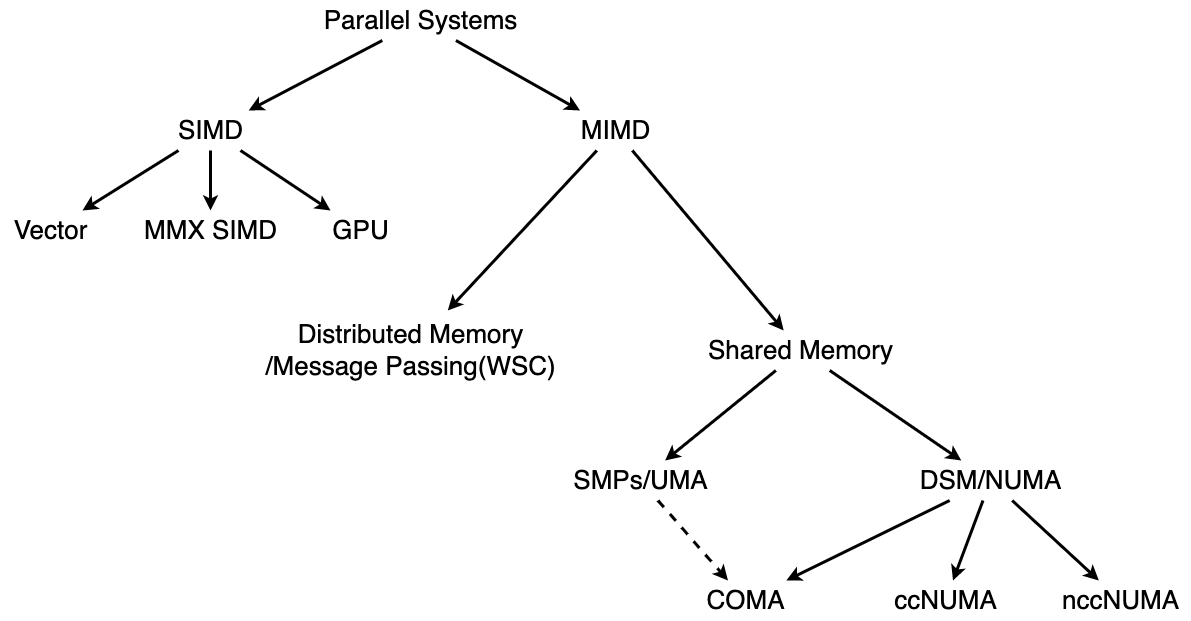
Above: CS/计算机体系结构/计算机体系结构/并行CPU结构分类.drawio.png in superwjfeng/MarkdownWriting (draw.io), before the change. Source tidied: cells renumbered, new cells last; positions are measured from the earlier drawing's top-left corner, leaving out a move shared by most shapes. Its diagram source:
```xml
<mxGraphModel background="#ffffff">
  <root>
    <mxCell id="0" />
    <mxCell id="1" parent="0" />
    <mxCell id="2" style="rounded=0;jettySize=auto;html=1;strokeWidth=3;" parent="1" edge="1" source="4" target="8">
      <mxGeometry relative="1" as="geometry" />
    </mxCell>
    <mxCell id="3" style="rounded=0;jettySize=auto;html=1;strokeWidth=3;" parent="1" edge="1" source="4" target="14">
      <mxGeometry relative="1" as="geometry" />
    </mxCell>
    <mxCell id="4" value="&lt;font style=&quot;font-size: 26px;&quot;&gt;Parallel Systems&lt;/font&gt;" style="text;html=1;align=center;verticalAlign=middle;points=[];strokeColor=none;fillColor=none;" parent="1" vertex="1">
      <mxGeometry x="310" width="220" height="40" as="geometry" />
    </mxCell>
    <mxCell id="5" style="rounded=0;jettySize=auto;html=1;strokeWidth=3;" parent="1" edge="1" source="8" target="9">
      <mxGeometry relative="1" as="geometry" />
    </mxCell>
    <mxCell id="6" style="rounded=0;jettySize=auto;html=1;strokeWidth=3;" parent="1" edge="1" source="8" target="10">
      <mxGeometry relative="1" as="geometry" />
    </mxCell>
    <mxCell id="7" style="rounded=0;jettySize=auto;html=1;strokeWidth=3;" parent="1" edge="1" source="8" target="11">
      <mxGeometry relative="1" as="geometry" />
    </mxCell>
    <mxCell id="8" value="&lt;font style=&quot;font-size: 26px;&quot;&gt;SIMD&lt;/font&gt;" style="text;html=1;align=center;verticalAlign=middle;points=[];strokeColor=none;fillColor=none;" parent="1" vertex="1">
      <mxGeometry x="165" y="110" width="90" height="40" as="geometry" />
    </mxCell>
    <mxCell id="9" value="&lt;font style=&quot;font-size: 26px;&quot;&gt;Vector&lt;/font&gt;" style="text;html=1;align=center;verticalAlign=middle;points=[];strokeColor=none;fillColor=none;" parent="1" vertex="1">
      <mxGeometry y="210" width="100" height="40" as="geometry" />
    </mxCell>
    <mxCell id="10" value="&lt;font style=&quot;font-size: 26px;&quot;&gt;MMX SIMD&lt;/font&gt;" style="text;html=1;align=center;verticalAlign=middle;points=[];strokeColor=none;fillColor=none;" parent="1" vertex="1">
      <mxGeometry x="130" y="210" width="160" height="40" as="geometry" />
    </mxCell>
    <mxCell id="11" value="&lt;font style=&quot;font-size: 26px;&quot;&gt;GPU&lt;/font&gt;" style="text;html=1;align=center;verticalAlign=middle;points=[];strokeColor=none;fillColor=none;" parent="1" vertex="1">
      <mxGeometry x="320" y="210" width="80" height="40" as="geometry" />
    </mxCell>
    <mxCell id="12" style="rounded=0;jettySize=auto;html=1;strokeWidth=3;" parent="1" edge="1" source="14" target="15">
      <mxGeometry relative="1" as="geometry" />
    </mxCell>
    <mxCell id="13" style="rounded=0;jettySize=auto;html=1;strokeWidth=3;" parent="1" edge="1" source="14" target="18">
      <mxGeometry relative="1" as="geometry" />
    </mxCell>
    <mxCell id="14" value="&lt;span style=&quot;font-size: 26px;&quot;&gt;MIMD&lt;/span&gt;" style="text;html=1;align=center;verticalAlign=middle;points=[];strokeColor=none;fillColor=none;" parent="1" vertex="1">
      <mxGeometry x="570" y="110" width="90" height="40" as="geometry" />
    </mxCell>
    <mxCell id="15" value="&lt;span style=&quot;font-size: 26px;&quot;&gt;Distributed Memory&lt;br&gt;/Message Passing(WSC)&lt;br&gt;&lt;/span&gt;" style="text;html=1;align=center;verticalAlign=middle;points=[];strokeColor=none;fillColor=none;" parent="1" vertex="1">
      <mxGeometry x="255" y="310" width="310" height="80" as="geometry" />
    </mxCell>
    <mxCell id="16" style="rounded=0;jettySize=auto;html=1;strokeWidth=3;" parent="1" edge="1" source="18" target="20">
      <mxGeometry relative="1" as="geometry" />
    </mxCell>
    <mxCell id="17" style="rounded=0;jettySize=auto;html=1;strokeWidth=3;" parent="1" edge="1" source="18" target="24">
      <mxGeometry relative="1" as="geometry" />
    </mxCell>
    <mxCell id="18" value="&lt;span style=&quot;font-size: 26px;&quot;&gt;Shared Memory&lt;/span&gt;" style="text;html=1;align=center;verticalAlign=middle;points=[];strokeColor=none;fillColor=none;" parent="1" vertex="1">
      <mxGeometry x="695" y="330" width="210" height="40" as="geometry" />
    </mxCell>
    <mxCell id="19" style="rounded=0;jettySize=auto;html=1;strokeWidth=3;dashed=1;" parent="1" edge="1" source="20" target="25">
      <mxGeometry relative="1" as="geometry" />
    </mxCell>
    <mxCell id="20" value="&lt;span style=&quot;font-size: 26px;&quot;&gt;SMPs/UMA&lt;/span&gt;" style="text;html=1;align=center;verticalAlign=middle;points=[];strokeColor=none;fillColor=none;" parent="1" vertex="1">
      <mxGeometry x="560" y="460" width="160" height="40" as="geometry" />
    </mxCell>
    <mxCell id="21" style="rounded=0;jettySize=auto;html=1;strokeWidth=3;" parent="1" edge="1" source="24" target="26">
      <mxGeometry relative="1" as="geometry" />
    </mxCell>
    <mxCell id="22" style="rounded=0;jettySize=auto;html=1;strokeWidth=3;" parent="1" edge="1" source="24" target="27">
      <mxGeometry relative="1" as="geometry" />
    </mxCell>
    <mxCell id="23" style="rounded=0;jettySize=auto;html=1;strokeWidth=3;" parent="1" edge="1" source="24" target="25">
      <mxGeometry relative="1" as="geometry" />
    </mxCell>
    <mxCell id="24" value="&lt;span style=&quot;font-size: 26px;&quot;&gt;DSM/NUMA&lt;/span&gt;" style="text;html=1;align=center;verticalAlign=middle;points=[];strokeColor=none;fillColor=none;" parent="1" vertex="1">
      <mxGeometry x="905" y="460" width="170" height="40" as="geometry" />
    </mxCell>
    <mxCell id="25" value="&lt;span style=&quot;font-size: 26px;&quot;&gt;COMA&lt;/span&gt;" style="text;html=1;align=center;verticalAlign=middle;points=[];strokeColor=none;fillColor=none;" parent="1" vertex="1">
      <mxGeometry x="695" y="580" width="100" height="40" as="geometry" />
    </mxCell>
    <mxCell id="26" value="&lt;span style=&quot;font-size: 26px;&quot;&gt;ccNUMA&lt;/span&gt;" style="text;html=1;align=center;verticalAlign=middle;points=[];strokeColor=none;fillColor=none;" parent="1" vertex="1">
      <mxGeometry x="880" y="580" width="130" height="40" as="geometry" />
    </mxCell>
    <mxCell id="27" value="&lt;span style=&quot;font-size: 26px;&quot;&gt;nccNUMA&lt;/span&gt;" style="text;html=1;align=center;verticalAlign=middle;points=[];strokeColor=none;fillColor=none;" parent="1" vertex="1">
      <mxGeometry x="1050" y="580" width="140" height="40" as="geometry" />
    </mxCell>
  </root>
</mxGraphModel>
```
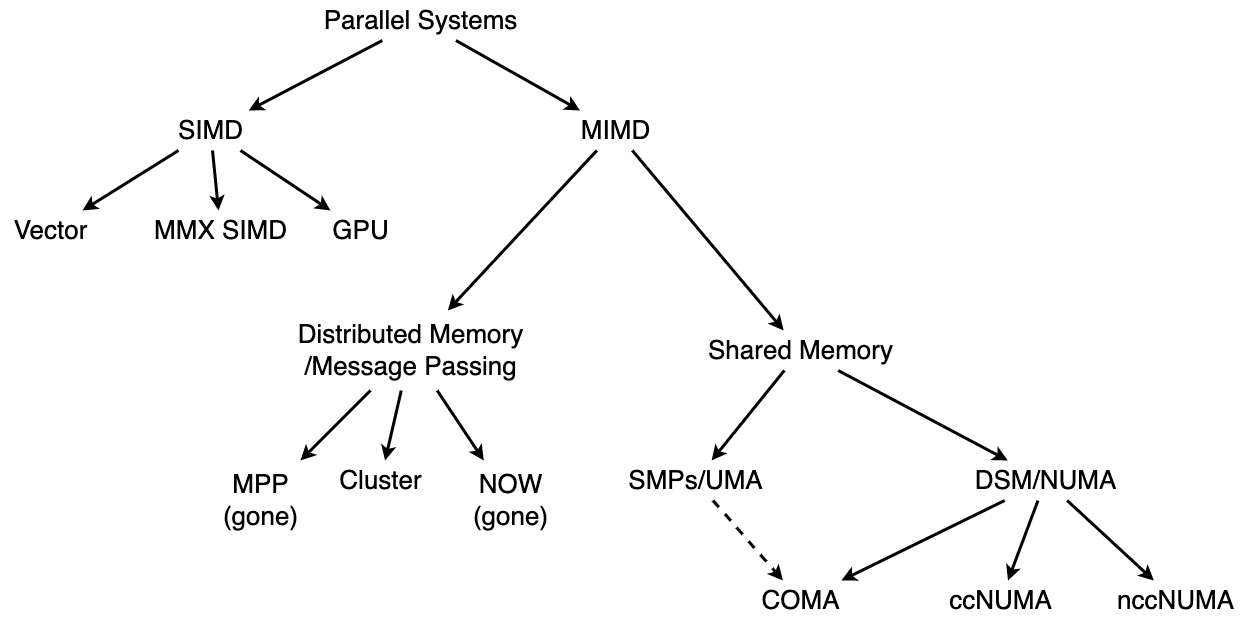
The same file after the commit.

What changed in the source:
```diff
@@ -27,7 +27,7 @@
       <mxGeometry y="210" width="100" height="40" as="geometry" />
     </mxCell>
     <mxCell id="10" value="&lt;font style=&quot;font-size: 26px;&quot;&gt;MMX SIMD&lt;/font&gt;" style="text;html=1;align=center;verticalAlign=middle;points=[];strokeColor=none;fillColor=none;" parent="1" vertex="1">
-      <mxGeometry x="130" y="210" width="160" height="40" as="geometry" />
+      <mxGeometry x="140" y="210" width="160" height="40" as="geometry" />
     </mxCell>
     <mxCell id="11" value="&lt;font style=&quot;font-size: 26px;&quot;&gt;GPU&lt;/font&gt;" style="text;html=1;align=center;verticalAlign=middle;points=[];strokeColor=none;fillColor=none;" parent="1" vertex="1">
       <mxGeometry x="320" y="210" width="80" height="40" as="geometry" />
@@ -41,8 +41,17 @@
     <mxCell id="14" value="&lt;span style=&quot;font-size: 26px;&quot;&gt;MIMD&lt;/span&gt;" style="text;html=1;align=center;verticalAlign=middle;points=[];strokeColor=none;fillColor=none;" parent="1" vertex="1">
       <mxGeometry x="570" y="110" width="90" height="40" as="geometry" />
     </mxCell>
+    <mxCell id="28" style="rounded=0;jettySize=auto;html=1;strokeWidth=3;" parent="1" edge="1" source="15" target="32">
+      <mxGeometry relative="1" as="geometry" />
+    </mxCell>
+    <mxCell id="29" style="rounded=0;jettySize=auto;html=1;strokeWidth=3;" parent="1" edge="1" source="15" target="31">
+      <mxGeometry relative="1" as="geometry" />
+    </mxCell>
+    <mxCell id="30" style="rounded=0;jettySize=auto;html=1;strokeWidth=3;" parent="1" edge="1" source="15" target="33">
+      <mxGeometry relative="1" as="geometry" />
+    </mxCell>
-    <mxCell id="15" value="&lt;span style=&quot;font-size: 26px;&quot;&gt;Distributed Memory&lt;br&gt;/Message Passing(WSC)&lt;br&gt;&lt;/span&gt;" style="text;html=1;align=center;verticalAlign=middle;points=[];strokeColor=none;fillColor=none;" parent="1" vertex="1">
-      <mxGeometry x="255" y="310" width="310" height="80" as="geometry" />
+    <mxCell id="15" value="&lt;span style=&quot;font-size: 26px;&quot;&gt;Distributed Memory&lt;br&gt;/Message Passing&lt;br&gt;&lt;/span&gt;" style="text;html=1;align=center;verticalAlign=middle;points=[];strokeColor=none;fillColor=none;" parent="1" vertex="1">
+      <mxGeometry x="285" y="310" width="250" height="80" as="geometry" />
     </mxCell>
     <mxCell id="16" style="rounded=0;jettySize=auto;html=1;strokeWidth=3;" parent="1" edge="1" source="18" target="20">
       <mxGeometry relative="1" as="geometry" />
@@ -57,7 +66,7 @@
       <mxGeometry relative="1" as="geometry" />
     </mxCell>
     <mxCell id="20" value="&lt;span style=&quot;font-size: 26px;&quot;&gt;SMPs/UMA&lt;/span&gt;" style="text;html=1;align=center;verticalAlign=middle;points=[];strokeColor=none;fillColor=none;" parent="1" vertex="1">
-      <mxGeometry x="560" y="460" width="160" height="40" as="geometry" />
+      <mxGeometry x="615" y="460" width="160" height="40" as="geometry" />
     </mxCell>
     <mxCell id="21" style="rounded=0;jettySize=auto;html=1;strokeWidth=3;" parent="1" edge="1" source="24" target="26">
       <mxGeometry relative="1" as="geometry" />
@@ -69,16 +78,25 @@
       <mxGeometry relative="1" as="geometry" />
     </mxCell>
     <mxCell id="24" value="&lt;span style=&quot;font-size: 26px;&quot;&gt;DSM/NUMA&lt;/span&gt;" style="text;html=1;align=center;verticalAlign=middle;points=[];strokeColor=none;fillColor=none;" parent="1" vertex="1">
-      <mxGeometry x="905" y="460" width="170" height="40" as="geometry" />
+      <mxGeometry x="960" y="460" width="170" height="40" as="geometry" />
     </mxCell>
     <mxCell id="25" value="&lt;span style=&quot;font-size: 26px;&quot;&gt;COMA&lt;/span&gt;" style="text;html=1;align=center;verticalAlign=middle;points=[];strokeColor=none;fillColor=none;" parent="1" vertex="1">
-      <mxGeometry x="695" y="580" width="100" height="40" as="geometry" />
+      <mxGeometry x="750" y="580" width="100" height="40" as="geometry" />
     </mxCell>
     <mxCell id="26" value="&lt;span style=&quot;font-size: 26px;&quot;&gt;ccNUMA&lt;/span&gt;" style="text;html=1;align=center;verticalAlign=middle;points=[];strokeColor=none;fillColor=none;" parent="1" vertex="1">
-      <mxGeometry x="880" y="580" width="130" height="40" as="geometry" />
+      <mxGeometry x="935" y="580" width="130" height="40" as="geometry" />
     </mxCell>
     <mxCell id="27" value="&lt;span style=&quot;font-size: 26px;&quot;&gt;nccNUMA&lt;/span&gt;" style="text;html=1;align=center;verticalAlign=middle;points=[];strokeColor=none;fillColor=none;" parent="1" vertex="1">
-      <mxGeometry x="1050" y="580" width="140" height="40" as="geometry" />
+      <mxGeometry x="1105" y="580" width="140" height="40" as="geometry" />
     </mxCell>
+    <mxCell id="31" value="&lt;font style=&quot;font-size: 26px;&quot;&gt;MPP&lt;br&gt;(gone)&lt;br&gt;&lt;/font&gt;" style="text;html=1;align=center;verticalAlign=middle;points=[];strokeColor=none;fillColor=none;" parent="1" vertex="1">
+      <mxGeometry x="210" y="460" width="100" height="80" as="geometry" />
+    </mxCell>
+    <mxCell id="32" value="&lt;font style=&quot;font-size: 26px;&quot;&gt;Cluster&lt;/font&gt;" style="text;html=1;align=center;verticalAlign=middle;points=[];strokeColor=none;fillColor=none;" parent="1" vertex="1">
+      <mxGeometry x="325" y="460" width="110" height="40" as="geometry" />
+    </mxCell>
+    <mxCell id="33" value="&lt;font style=&quot;font-size: 26px;&quot;&gt;NOW&lt;br&gt;(gone)&lt;br&gt;&lt;/font&gt;" style="text;html=1;align=center;verticalAlign=middle;points=[];strokeColor=none;fillColor=none;" parent="1" vertex="1">
+      <mxGeometry x="460" y="460" width="100" height="80" as="geometry" />
+    </mxCell>
   </root>
 </mxGraphModel>
```
